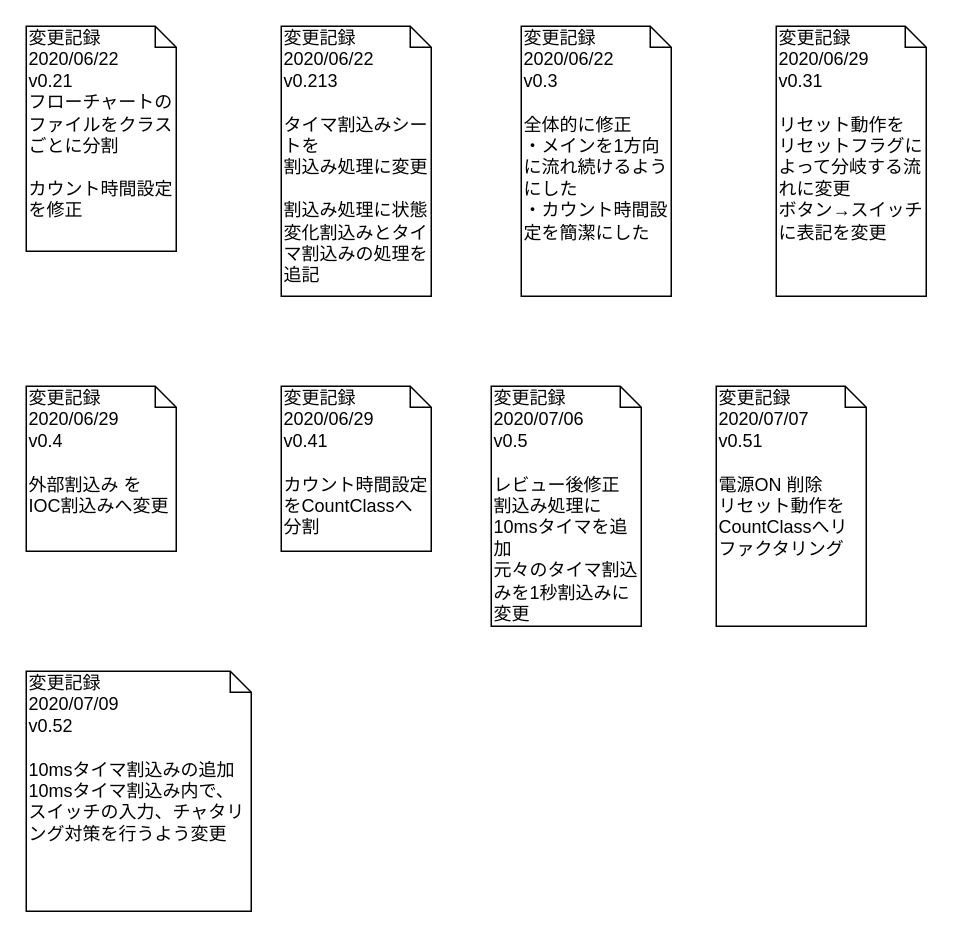
Above: page "変更記録" (4 of 4) of 資料/設計/フローチャート/flowchart_main_v0.52.drawio in hakohumi/comp.Kitchen_Timer (draw.io), before the change. Source tidied: cells renumbered, new cells numbered last; positions are measured from the earlier drawing's top-left corner, leaving out a move shared by most shapes. Both pictures are drawn from the tidied source at 150%, with x=0, y=0 at pixel (26, 26).
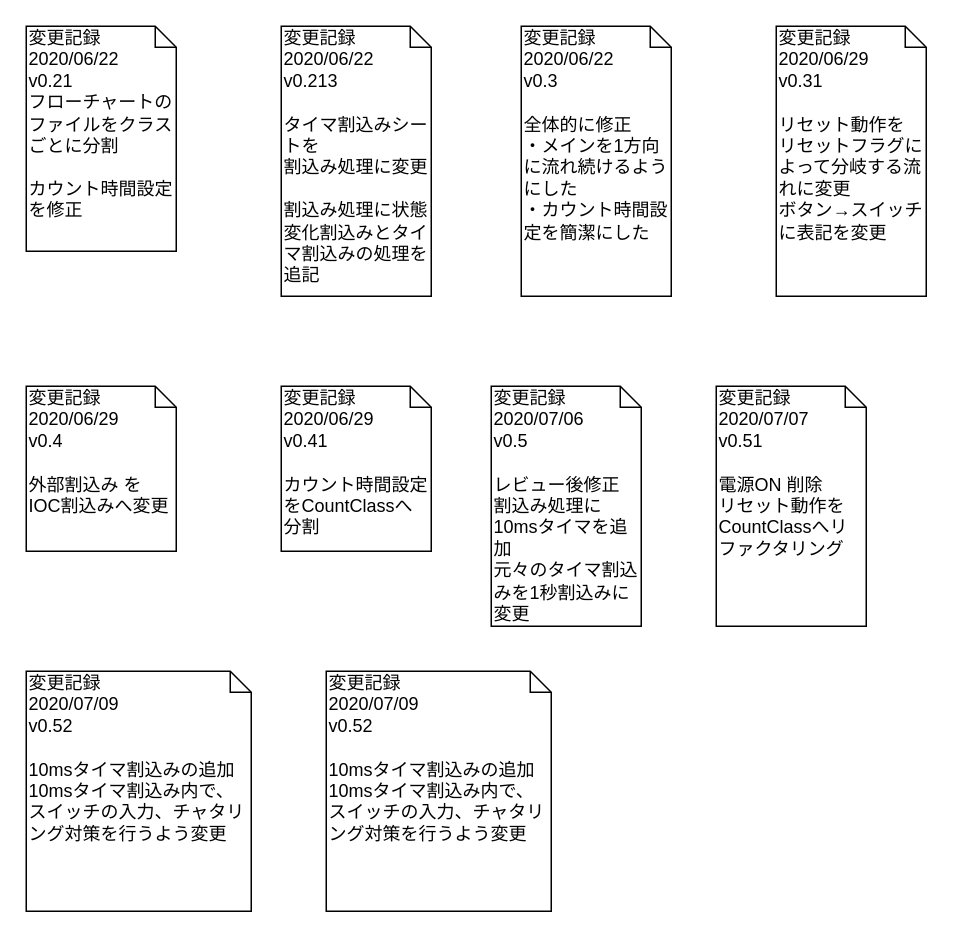
After the change.

Diff of the diagram source:
```diff
@@
 <mxGraphModel>
   <root>
     <mxCell id="0" />
     <mxCell id="1" parent="0" />
     <mxCell id="2" value="変更記録&lt;br&gt;2020/06/22&lt;br&gt;v0.21&lt;br&gt;フローチャートのファイルをクラスごとに分割&lt;br&gt;&lt;br&gt;カウント時間設定を修正" style="shape=note;whiteSpace=wrap;html=1;size=14;verticalAlign=top;align=left;spacingTop=-6;" parent="1" vertex="1">
       <mxGeometry width="100" height="150" as="geometry" />
     </mxCell>
     <mxCell id="3" value="変更記録&lt;br&gt;2020/06/22&lt;br&gt;v0.213&lt;br&gt;&lt;br&gt;タイマ割込みシートを&lt;br&gt;割込み処理に変更&lt;br&gt;&lt;br&gt;割込み処理に状態変化割込みとタイマ割込みの処理を追記" style="shape=note;whiteSpace=wrap;html=1;size=14;verticalAlign=top;align=left;spacingTop=-6;" parent="1" vertex="1">
       <mxGeometry x="170" width="100" height="180" as="geometry" />
     </mxCell>
     <mxCell id="4" value="変更記録&lt;br&gt;2020/06/22&lt;br&gt;v0.3&lt;br&gt;&lt;br&gt;全体的に修正&lt;br&gt;・メインを1方向に流れ続けるようにした&lt;br&gt;・カウント時間設定を簡潔にした" style="shape=note;whiteSpace=wrap;html=1;size=14;verticalAlign=top;align=left;spacingTop=-6;" parent="1" vertex="1">
       <mxGeometry x="330" width="100" height="180" as="geometry" />
     </mxCell>
     <mxCell id="5" value="変更記録&lt;br&gt;2020/06/29&lt;br&gt;v0.31&lt;br&gt;&lt;br&gt;リセット動作を&lt;br&gt;リセットフラグによって分岐する流れに変更&lt;br&gt;ボタン→スイッチに表記を変更" style="shape=note;whiteSpace=wrap;html=1;size=14;verticalAlign=top;align=left;spacingTop=-6;" parent="1" vertex="1">
       <mxGeometry x="500" width="100" height="180" as="geometry" />
     </mxCell>
     <mxCell id="6" value="変更記録&lt;br&gt;2020/06/29&lt;br&gt;v0.4&lt;br&gt;&lt;br&gt;外部割込み を IOC割込みへ変更&lt;br&gt;&lt;br&gt;" style="shape=note;whiteSpace=wrap;html=1;size=14;verticalAlign=top;align=left;spacingTop=-6;" parent="1" vertex="1">
       <mxGeometry y="240" width="100" height="110" as="geometry" />
     </mxCell>
     <mxCell id="7" value="変更記録&lt;br&gt;2020/06/29&lt;br&gt;v0.41&lt;br&gt;&lt;br&gt;カウント時間設定をCountClassへ分割" style="shape=note;whiteSpace=wrap;html=1;size=14;verticalAlign=top;align=left;spacingTop=-6;" parent="1" vertex="1">
       <mxGeometry x="170" y="240" width="100" height="110" as="geometry" />
     </mxCell>
     <mxCell id="8" value="変更記録&lt;br&gt;2020/07/06&lt;br&gt;v0.5&lt;br&gt;&lt;br&gt;レビュー後修正&lt;br&gt;割込み処理に&lt;br&gt;10msタイマを追加&lt;br&gt;元々のタイマ割込みを1秒割込みに変更" style="shape=note;whiteSpace=wrap;html=1;size=14;verticalAlign=top;align=left;spacingTop=-6;" parent="1" vertex="1">
       <mxGeometry x="310" y="240" width="100" height="160" as="geometry" />
     </mxCell>
     <mxCell id="9" value="変更記録&lt;br&gt;2020/07/07&lt;br&gt;v0.51&lt;br&gt;&lt;br&gt;電源ON 削除&lt;br&gt;リセット動作をCountClassへリファクタリング" style="shape=note;whiteSpace=wrap;html=1;size=14;verticalAlign=top;align=left;spacingTop=-6;" parent="1" vertex="1">
       <mxGeometry x="460" y="240" width="100" height="160" as="geometry" />
     </mxCell>
     <mxCell id="10" value="変更記録&lt;br&gt;2020/07/09&lt;br&gt;v0.52&lt;br&gt;&lt;br&gt;10msタイマ割込みの追加&lt;br&gt;10msタイマ割込み内で、スイッチの入力、チャタリング対策を行うよう変更" style="shape=note;whiteSpace=wrap;html=1;size=14;verticalAlign=top;align=left;spacingTop=-6;" parent="1" vertex="1">
       <mxGeometry y="430" width="150" height="160" as="geometry" />
     </mxCell>
+    <mxCell id="11" value="変更記録&lt;br&gt;2020/07/09&lt;br&gt;v0.52&lt;br&gt;&lt;br&gt;10msタイマ割込みの追加&lt;br&gt;10msタイマ割込み内で、スイッチの入力、チャタリング対策を行うよう変更" style="shape=note;whiteSpace=wrap;html=1;size=14;verticalAlign=top;align=left;spacingTop=-6;" parent="1" vertex="1">
+      <mxGeometry x="200" y="430" width="150" height="160" as="geometry" />
+    </mxCell>
   </root>
 </mxGraphModel>
```
